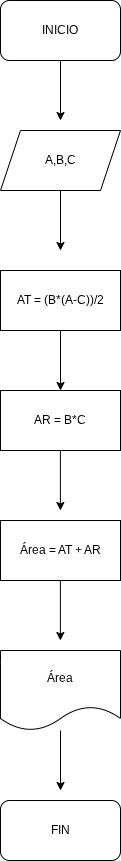
Before: Ejercicio_5_Lucas.drawio.png, a diagram exported from draw.io (lucri1384/Pensamiento-computacional). Source tidied: cells renumbered, new cells last; positions are measured from the earlier drawing's top-left corner, leaving out a move shared by most shapes.
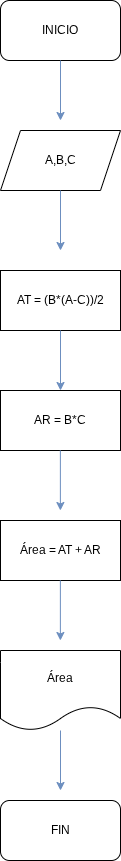
Later version of the same file.

Change to the diagram source:
```diff
@@ -23,36 +23,36 @@
     <mxCell id="8" value="FIN" style="rounded=1;whiteSpace=wrap;html=1;" parent="1" vertex="1">
       <mxGeometry y="800" width="120" height="60" as="geometry" />
     </mxCell>
-    <mxCell id="9" style="endArrow=classic;html=1;rounded=0;" parent="1" edge="1" source="7">
+    <mxCell id="9" style="endArrow=classic;html=1;rounded=0;fillColor=#dae8fc;gradientColor=#7ea6e0;strokeColor=#6c8ebf;" parent="1" edge="1" source="7">
       <mxGeometry relative="1" as="geometry">
         <mxPoint x="60" y="790" as="targetPoint" />
       </mxGeometry>
     </mxCell>
-    <mxCell id="10" style="endArrow=classic;html=1;rounded=0;" parent="1" edge="1">
+    <mxCell id="10" style="endArrow=classic;html=1;rounded=0;fillColor=#dae8fc;gradientColor=#7ea6e0;strokeColor=#6c8ebf;" parent="1" edge="1">
       <mxGeometry relative="1" as="geometry">
         <mxPoint x="59.9" y="580" as="sourcePoint" />
         <mxPoint x="59.9" y="640" as="targetPoint" />
       </mxGeometry>
     </mxCell>
-    <mxCell id="11" style="endArrow=classic;html=1;rounded=0;" parent="1" edge="1">
+    <mxCell id="11" style="endArrow=classic;html=1;rounded=0;fillColor=#dae8fc;gradientColor=#7ea6e0;strokeColor=#6c8ebf;" parent="1" edge="1">
       <mxGeometry relative="1" as="geometry">
         <mxPoint x="59.9" y="450" as="sourcePoint" />
         <mxPoint x="59.9" y="510" as="targetPoint" />
       </mxGeometry>
     </mxCell>
-    <mxCell id="12" style="endArrow=classic;html=1;rounded=0;" parent="1" edge="1">
+    <mxCell id="12" style="endArrow=classic;html=1;rounded=0;fillColor=#dae8fc;gradientColor=#7ea6e0;strokeColor=#6c8ebf;" parent="1" edge="1">
       <mxGeometry relative="1" as="geometry">
         <mxPoint x="60" y="330" as="sourcePoint" />
         <mxPoint x="60" y="390" as="targetPoint" />
       </mxGeometry>
     </mxCell>
-    <mxCell id="13" style="endArrow=classic;html=1;rounded=0;" parent="1" edge="1">
+    <mxCell id="13" style="endArrow=classic;html=1;rounded=0;fillColor=#dae8fc;gradientColor=#7ea6e0;strokeColor=#6c8ebf;" parent="1" edge="1">
       <mxGeometry relative="1" as="geometry">
         <mxPoint x="60" y="190" as="sourcePoint" />
         <mxPoint x="60" y="250" as="targetPoint" />
       </mxGeometry>
     </mxCell>
-    <mxCell id="14" style="endArrow=classic;html=1;rounded=0;" parent="1" edge="1">
+    <mxCell id="14" style="endArrow=classic;html=1;rounded=0;fillColor=#dae8fc;gradientColor=#7ea6e0;strokeColor=#6c8ebf;" parent="1" edge="1">
       <mxGeometry relative="1" as="geometry">
         <mxPoint x="60" y="60" as="sourcePoint" />
         <mxPoint x="60" y="120" as="targetPoint" />
```
